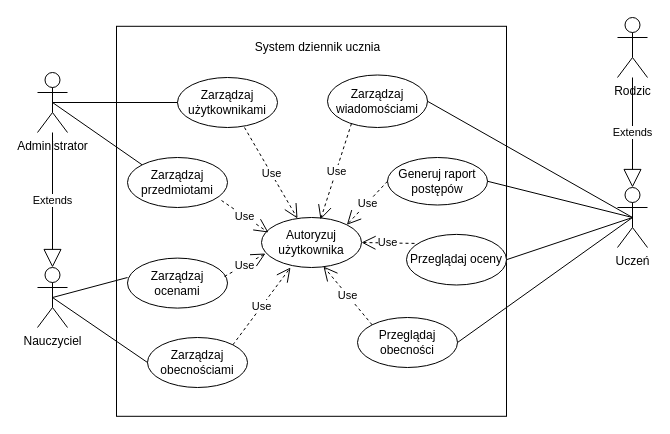
Earlier version of the draw.io diagram DPU.drawio (CezaryDobrenko/online-grade-book). Source tidied: cells renumbered, new cells numbered last; positions are measured from the earlier drawing's top-left corner, leaving out a move shared by most shapes. Both pictures are drawn from the tidied source at 100%, with x=0, y=0 at pixel (37, 17).
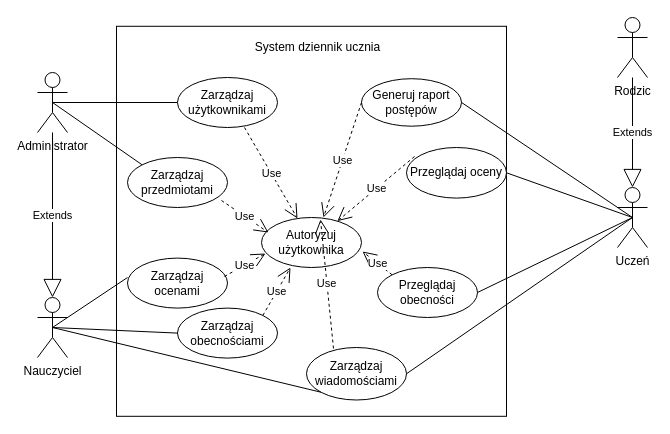
After the change.

Unchanged cells that the change refers to:
```xml
<mxCell id="11" value="Autoryzuj użytkownika" style="ellipse;whiteSpace=wrap;html=1;" parent="1" vertex="1">
  <mxGeometry x="224" y="200" width="100" height="50" as="geometry" />
</mxCell>
```

Diff of the diagram source:
```diff
@@
     <mxCell id="6" value="Nauczyciel" style="shape=umlActor;verticalLabelPosition=bottom;labelBackgroundColor=#ffffff;verticalAlign=top;html=1;" parent="1" vertex="1">
-      <mxGeometry y="250" width="30" height="60" as="geometry" />
+      <mxGeometry y="280" width="30" height="60" as="geometry" />
     </mxCell>
@@
     <mxCell id="10" value="Zarządzaj obecnościami" style="ellipse;whiteSpace=wrap;html=1;" parent="1" vertex="1">
-      <mxGeometry x="110" y="320" width="100" height="50" as="geometry" />
+      <mxGeometry x="140" y="290.6" width="100" height="50" as="geometry" />
     </mxCell>
@@
     <mxCell id="12" value="Generuj raport postępów" style="ellipse;whiteSpace=wrap;html=1;" parent="1" vertex="1">
-      <mxGeometry x="350" y="140" width="100" height="47.5" as="geometry" />
+      <mxGeometry x="324" y="61.2" width="100" height="47.5" as="geometry" />
     </mxCell>
@@
     <mxCell id="23" value="Zarządzaj wiadomościami" style="ellipse;whiteSpace=wrap;html=1;align=center;" parent="1" vertex="1">
-      <mxGeometry x="290" y="57.5" width="100" height="52.5" as="geometry" />
+      <mxGeometry x="269" y="330" width="100" height="52.5" as="geometry" />
     </mxCell>
-    <mxCell id="24" value="Use" style="endArrow=open;endSize=12;dashed=1;html=1;exitX=0;exitY=0.5;exitDx=0;exitDy=0;entryX=1;entryY=0;entryDx=0;entryDy=0;" parent="1" edge="1" source="12" target="11">
+    <mxCell id="24" value="Use" style="endArrow=open;endSize=12;dashed=1;html=1;exitX=0;exitY=0.5;exitDx=0;exitDy=0;entryX=0.62;entryY=0;entryDx=0;entryDy=0;entryPerimeter=0;" parent="1" edge="1" source="12" target="11">
       <mxGeometry relative="1" as="geometry" />
     </mxCell>
     <mxCell id="25" value="Przeglądaj oceny" style="ellipse;whiteSpace=wrap;html=1;align=center;" parent="1" vertex="1">
-      <mxGeometry x="369" y="216.9" width="100" height="50.6" as="geometry" />
+      <mxGeometry x="369" y="130" width="100" height="50.6" as="geometry" />
     </mxCell>
     <mxCell id="26" value="Przeglądaj obecności" style="ellipse;whiteSpace=wrap;html=1;align=center;" parent="1" vertex="1">
-      <mxGeometry x="320" y="300" width="100" height="50" as="geometry" />
+      <mxGeometry x="340" y="250" width="100" height="50" as="geometry" />
     </mxCell>
@@
-    <mxCell id="28" value="Use" style="endArrow=open;endSize=12;dashed=1;html=1;entryX=0.62;entryY=0.98;entryDx=0;entryDy=0;entryPerimeter=0;exitX=0;exitY=0;exitDx=0;exitDy=0;" parent="1" edge="1" source="26" target="11">
+    <mxCell id="28" value="Use" style="endArrow=open;endSize=12;dashed=1;html=1;entryX=1.01;entryY=0.68;entryDx=0;entryDy=0;entryPerimeter=0;exitX=0;exitY=0;exitDx=0;exitDy=0;" parent="1" edge="1" source="26" target="11">
       <mxGeometry relative="1" as="geometry" />
     </mxCell>
@@
-    <mxCell id="33" value="Use" style="endArrow=open;endSize=12;dashed=1;html=1;exitX=0.24;exitY=0.924;exitDx=0;exitDy=0;entryX=0.59;entryY=0.04;entryDx=0;entryDy=0;entryPerimeter=0;exitPerimeter=0;" parent="1" edge="1" source="23" target="11">
+    <mxCell id="33" value="Use" style="endArrow=open;endSize=12;dashed=1;html=1;exitX=0.27;exitY=0.019;exitDx=0;exitDy=0;entryX=0.59;entryY=0.04;entryDx=0;entryDy=0;entryPerimeter=0;exitPerimeter=0;" parent="1" edge="1" source="23" target="11">
       <mxGeometry relative="1" as="geometry" />
     </mxCell>
@@
+    <mxCell id="35" style="endArrow=none;html=1;exitX=0.5;exitY=0.5;exitDx=0;exitDy=0;exitPerimeter=0;entryX=0;entryY=1;entryDx=0;entryDy=0;" parent="1" edge="1" source="6" target="23">
+      <mxGeometry relative="1" as="geometry" />
+    </mxCell>
```
